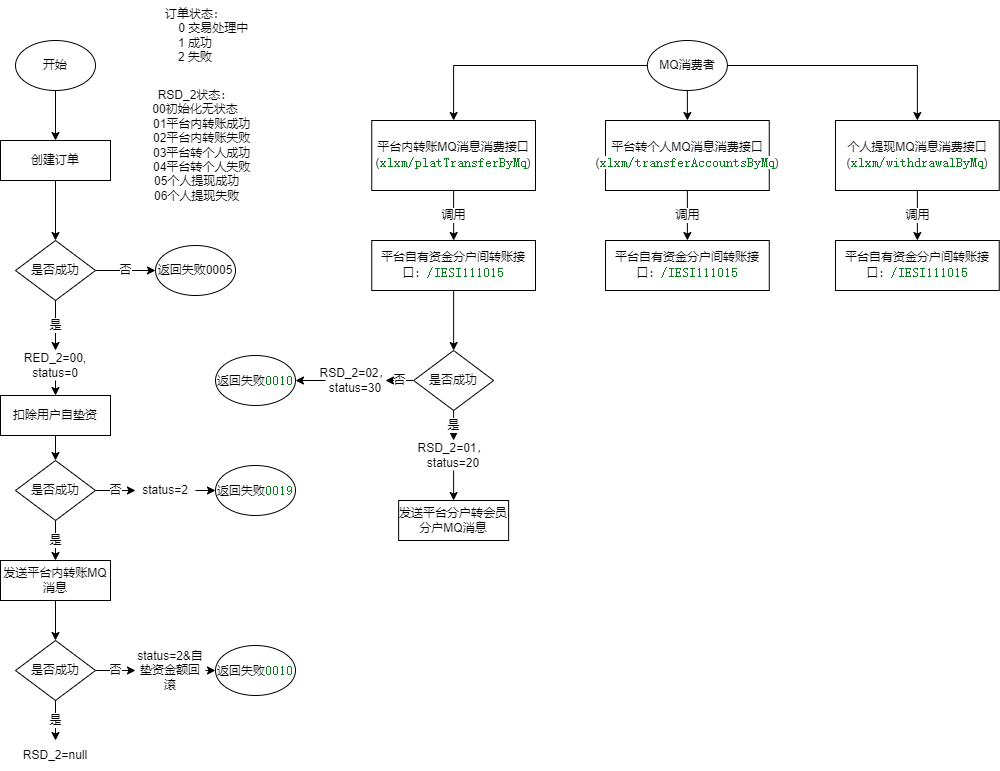
Before: 厦门国际代付订单状态流转.drawio.png, a diagram exported from draw.io (songyibo2019/mydiagrams). Source tidied: cells renumbered, new cells last; positions are measured from the earlier drawing's top-left corner, leaving out a move shared by most shapes.
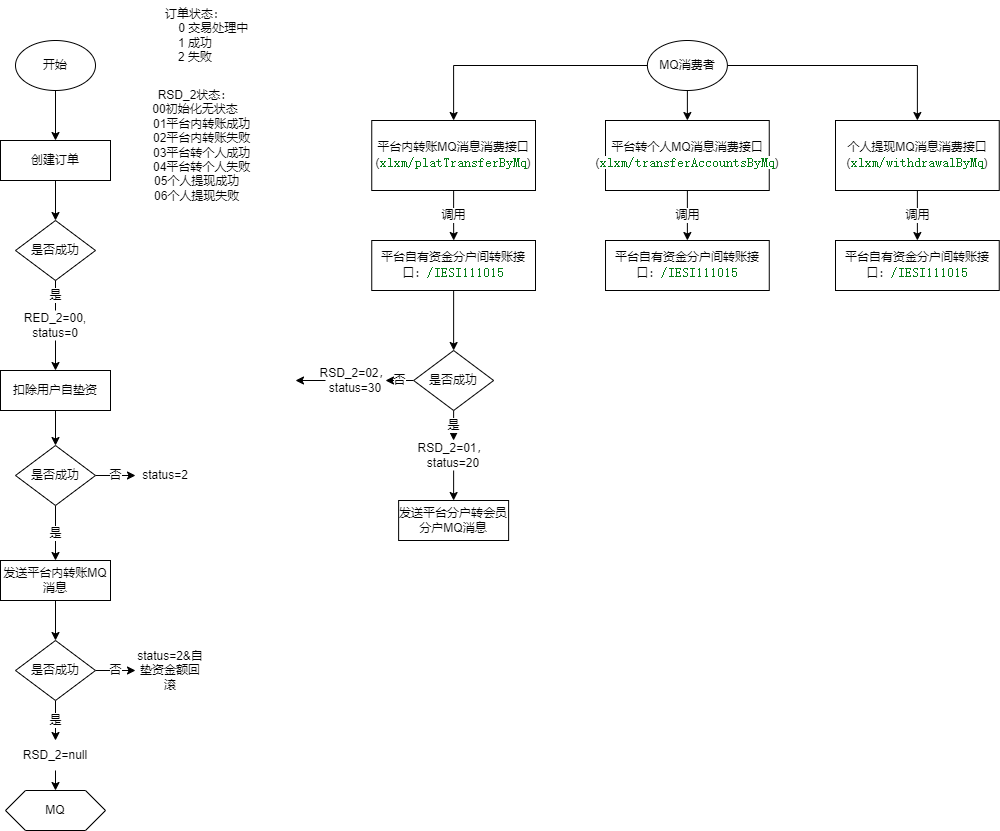
Later version of the same file.

Commit message:
Update 厦门国际代付订单状态流转.drawio.png

The edit, as a diff of the source:
```diff
@@ -8,16 +8,8 @@
     <mxCell id="3" value="开始" style="ellipse;whiteSpace=wrap;html=1;" parent="1" vertex="1">
       <mxGeometry x="15" y="40" width="80" height="50" as="geometry" />
     </mxCell>
-    <mxCell id="4" value="是" style="edgeStyle=orthogonalEdgeStyle;rounded=0;jettySize=auto;html=1;" parent="1" edge="1" source="6">
-      <mxGeometry relative="1" as="geometry">
-        <mxPoint x="55" y="350" as="targetPoint" />
-      </mxGeometry>
-    </mxCell>
-    <mxCell id="5" value="否" style="edgeStyle=orthogonalEdgeStyle;rounded=0;jettySize=auto;html=1;exitX=1;exitY=0.5;exitDx=0;exitDy=0;entryX=0;entryY=0.5;entryDx=0;entryDy=0;" parent="1" edge="1" source="6" target="11">
-      <mxGeometry relative="1" as="geometry" />
-    </mxCell>
     <mxCell id="6" value="是否成功" style="rhombus;whiteSpace=wrap;html=1;" parent="1" vertex="1">
-      <mxGeometry x="15" y="240" width="80" height="60" as="geometry" />
+      <mxGeometry x="15" y="220" width="80" height="60" as="geometry" />
     </mxCell>
     <mxCell id="7" style="edgeStyle=orthogonalEdgeStyle;rounded=0;jettySize=auto;html=1;exitX=0.5;exitY=1;exitDx=0;exitDy=0;entryX=0.5;entryY=0;entryDx=0;entryDy=0;" parent="1" edge="1" source="8" target="6">
       <mxGeometry relative="1" as="geometry" />
@@ -29,17 +21,11 @@
       <mxGeometry relative="1" as="geometry" />
     </mxCell>
     <mxCell id="10" value="扣除用户自垫资" style="rounded=0;whiteSpace=wrap;html=1;" parent="1" vertex="1">
-      <mxGeometry y="395" width="110" height="40" as="geometry" />
+      <mxGeometry y="370" width="110" height="40" as="geometry" />
     </mxCell>
-    <mxCell id="11" value="返回失败0005" style="ellipse;whiteSpace=wrap;html=1;" parent="1" vertex="1">
-      <mxGeometry x="155" y="245" width="80" height="50" as="geometry" />
-    </mxCell>
     <mxCell id="12" style="edgeStyle=orthogonalEdgeStyle;rounded=0;jettySize=auto;html=1;exitX=0.5;exitY=1;exitDx=0;exitDy=0;entryX=0.5;entryY=0;entryDx=0;entryDy=0;" parent="1" edge="1" source="13" target="10">
       <mxGeometry relative="1" as="geometry" />
     </mxCell>
-    <mxCell id="13" value="RED_2=00,&lt;br&gt;status=0" style="text;html=1;strokeColor=none;fillColor=none;align=center;verticalAlign=middle;whiteSpace=wrap;rounded=0;" parent="1" vertex="1">
-      <mxGeometry x="20" y="350" width="70" height="30" as="geometry" />
-    </mxCell>
     <mxCell id="14" value="是" style="edgeStyle=orthogonalEdgeStyle;rounded=0;jettySize=auto;html=1;exitX=0.5;exitY=1;exitDx=0;exitDy=0;" parent="1" edge="1" source="16" target="19">
       <mxGeometry relative="1" as="geometry" />
     </mxCell>
@@ -47,22 +33,16 @@
       <mxGeometry relative="1" as="geometry" />
     </mxCell>
     <mxCell id="16" value="是否成功" style="rhombus;whiteSpace=wrap;html=1;" parent="1" vertex="1">
-      <mxGeometry x="15" y="460" width="80" height="60" as="geometry" />
+      <mxGeometry x="15" y="445" width="80" height="60" as="geometry" />
     </mxCell>
-    <mxCell id="17" value="返回失败&lt;span style=&quot;color: rgb(6 , 125 , 23) ; background-color: rgb(255 , 255 , 255) ; font-family: &amp;#34;jetbrains mono&amp;#34; , monospace ; font-size: 9.8pt&quot;&gt;0019&lt;/span&gt;" style="ellipse;whiteSpace=wrap;html=1;" parent="1" vertex="1">
-      <mxGeometry x="215" y="465" width="80" height="50" as="geometry" />
-    </mxCell>
     <mxCell id="18" style="edgeStyle=orthogonalEdgeStyle;rounded=0;jettySize=auto;html=1;exitX=0.5;exitY=1;exitDx=0;exitDy=0;entryX=0.5;entryY=0;entryDx=0;entryDy=0;fontSize=10;" parent="1" edge="1" source="19" target="26">
       <mxGeometry relative="1" as="geometry" />
     </mxCell>
     <mxCell id="19" value="发送平台内转账MQ消息" style="rounded=0;whiteSpace=wrap;html=1;" parent="1" vertex="1">
       <mxGeometry y="560" width="110" height="40" as="geometry" />
     </mxCell>
-    <mxCell id="20" style="edgeStyle=orthogonalEdgeStyle;rounded=0;jettySize=auto;html=1;exitX=1;exitY=0.5;exitDx=0;exitDy=0;entryX=0;entryY=0.5;entryDx=0;entryDy=0;fontSize=10;" parent="1" edge="1" source="21" target="17">
-      <mxGeometry relative="1" as="geometry" />
-    </mxCell>
     <mxCell id="21" value="status=2" style="text;html=1;strokeColor=none;fillColor=none;align=center;verticalAlign=middle;whiteSpace=wrap;rounded=0;" parent="1" vertex="1">
-      <mxGeometry x="135" y="475" width="60" height="30" as="geometry" />
+      <mxGeometry x="135" y="460" width="60" height="30" as="geometry" />
     </mxCell>
     <mxCell id="22" value="订单状态：&lt;br&gt;&amp;nbsp; &amp;nbsp; &amp;nbsp; &amp;nbsp; &amp;nbsp; &amp;nbsp;0 交易处理中&lt;br&gt;1 成功&lt;br&gt;2 失败" style="text;html=1;strokeColor=none;fillColor=none;align=center;verticalAlign=middle;whiteSpace=wrap;rounded=0;" parent="1" vertex="1">
       <mxGeometry x="135" width="120" height="70" as="geometry" />
@@ -79,18 +59,15 @@
     <mxCell id="26" value="是否成功" style="rhombus;whiteSpace=wrap;html=1;" parent="1" vertex="1">
       <mxGeometry x="15" y="640" width="80" height="60" as="geometry" />
     </mxCell>
+    <mxCell id="54" style="edgeStyle=orthogonalEdgeStyle;rounded=0;jettySize=auto;html=1;exitX=0.5;exitY=1;exitDx=0;exitDy=0;entryX=0.5;entryY=0;entryDx=0;entryDy=0;" parent="1" edge="1" source="27" target="55">
+      <mxGeometry relative="1" as="geometry" />
+    </mxCell>
     <mxCell id="27" value="RSD_2=null" style="text;html=1;strokeColor=none;fillColor=none;align=center;verticalAlign=middle;whiteSpace=wrap;rounded=0;fontSize=10;" parent="1" vertex="1">
       <mxGeometry x="20" y="740" width="70" height="30" as="geometry" />
     </mxCell>
-    <mxCell id="28" style="edgeStyle=orthogonalEdgeStyle;rounded=0;jettySize=auto;html=1;exitX=1;exitY=0.5;exitDx=0;exitDy=0;entryX=0;entryY=0.5;entryDx=0;entryDy=0;fontSize=10;" parent="1" edge="1" source="29" target="30">
-      <mxGeometry relative="1" as="geometry" />
-    </mxCell>
     <mxCell id="29" value="status=2&amp;amp;自垫资金额回滚" style="text;html=1;strokeColor=none;fillColor=none;align=center;verticalAlign=middle;whiteSpace=wrap;rounded=0;fontSize=10;" parent="1" vertex="1">
       <mxGeometry x="135" y="647.5" width="70" height="45" as="geometry" />
     </mxCell>
-    <mxCell id="30" value="返回失败&lt;span style=&quot;color: rgb(6 , 125 , 23) ; background-color: rgb(255 , 255 , 255) ; font-family: &amp;#34;jetbrains mono&amp;#34; , monospace ; font-size: 9.8pt&quot;&gt;0010&lt;/span&gt;" style="ellipse;whiteSpace=wrap;html=1;" parent="1" vertex="1">
-      <mxGeometry x="215" y="645" width="80" height="50" as="geometry" />
-    </mxCell>
     <mxCell id="31" value="调用" style="edgeStyle=orthogonalEdgeStyle;rounded=0;jettySize=auto;html=1;exitX=0.5;exitY=1;exitDx=0;exitDy=0;" parent="1" edge="1" source="32" target="34">
       <mxGeometry relative="1" as="geometry" />
     </mxCell>
@@ -127,11 +104,10 @@
     <mxCell id="42" value="发送平台分户转会员分户MQ消息" style="rounded=0;whiteSpace=wrap;html=1;" parent="1" vertex="1">
       <mxGeometry x="398.1" y="500" width="110" height="40" as="geometry" />
     </mxCell>
-    <mxCell id="43" value="返回失败&lt;span style=&quot;color: rgb(6 , 125 , 23) ; background-color: rgb(255 , 255 , 255) ; font-family: &amp;#34;jetbrains mono&amp;#34; , monospace ; font-size: 9.8pt&quot;&gt;0010&lt;/span&gt;" style="ellipse;whiteSpace=wrap;html=1;" parent="1" vertex="1">
-      <mxGeometry x="215" y="355" width="80" height="50" as="geometry" />
-    </mxCell>
-    <mxCell id="44" style="edgeStyle=orthogonalEdgeStyle;rounded=0;jettySize=auto;html=1;exitX=0;exitY=0.5;exitDx=0;exitDy=0;entryX=1;entryY=0.5;entryDx=0;entryDy=0;" parent="1" edge="1" source="45" target="43">
-      <mxGeometry relative="1" as="geometry" />
+    <mxCell id="44" style="edgeStyle=orthogonalEdgeStyle;rounded=0;jettySize=auto;html=1;exitX=0;exitY=0.5;exitDx=0;exitDy=0;entryX=1;entryY=0.5;entryDx=0;entryDy=0;" parent="1" edge="1" source="45">
+      <mxGeometry relative="1" as="geometry">
+        <mxPoint x="295" y="380" as="targetPoint" />
+      </mxGeometry>
     </mxCell>
     <mxCell id="45" value="RSD_2=02，&lt;br&gt;status=30" style="text;html=1;strokeColor=none;fillColor=none;align=center;verticalAlign=middle;whiteSpace=wrap;rounded=0;" parent="1" vertex="1">
       <mxGeometry x="325" y="365" width="60" height="30" as="geometry" />
@@ -160,5 +136,14 @@
     <mxCell id="53" value="平台自有资金分户间转账接口：&lt;span style=&quot;color: rgb(6 , 125 , 23) ; background-color: rgb(255 , 255 , 255) ; font-family: &amp;#34;jetbrains mono&amp;#34; , monospace ; font-size: 9.8pt&quot;&gt;/IESI111015&lt;/span&gt;" style="rounded=0;whiteSpace=wrap;html=1;" parent="1" vertex="1">
       <mxGeometry x="835" y="240" width="163.8" height="50" as="geometry" />
     </mxCell>
+    <mxCell id="55" value="MQ" style="shape=hexagon;perimeter=hexagonPerimeter2;whiteSpace=wrap;html=1;fixedSize=1;" parent="1" vertex="1">
+      <mxGeometry x="5" y="790" width="100" height="40" as="geometry" />
+    </mxCell>
+    <mxCell id="13" value="RED_2=00,&lt;br&gt;status=0" style="text;html=1;strokeColor=none;fillColor=none;align=center;verticalAlign=middle;whiteSpace=wrap;rounded=0;" parent="1" vertex="1">
+      <mxGeometry x="20" y="310" width="70" height="30" as="geometry" />
+    </mxCell>
+    <mxCell id="4" value="是" style="edgeStyle=orthogonalEdgeStyle;rounded=0;jettySize=auto;html=1;endArrow=none;" parent="1" edge="1" source="6" target="13">
+      <mxGeometry relative="1" as="geometry" />
+    </mxCell>
   </root>
 </mxGraphModel>
```
